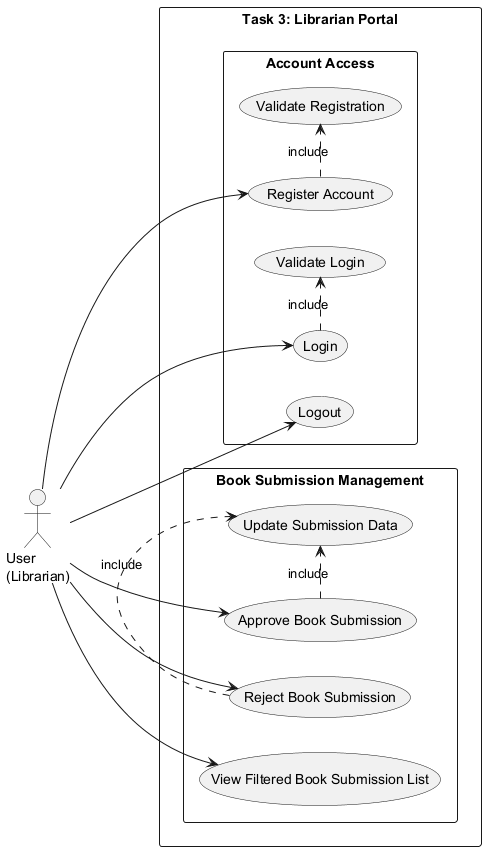
Earlier version of the PlantUML export task3_uml.png (T8k86yte/Comp3111LEx).
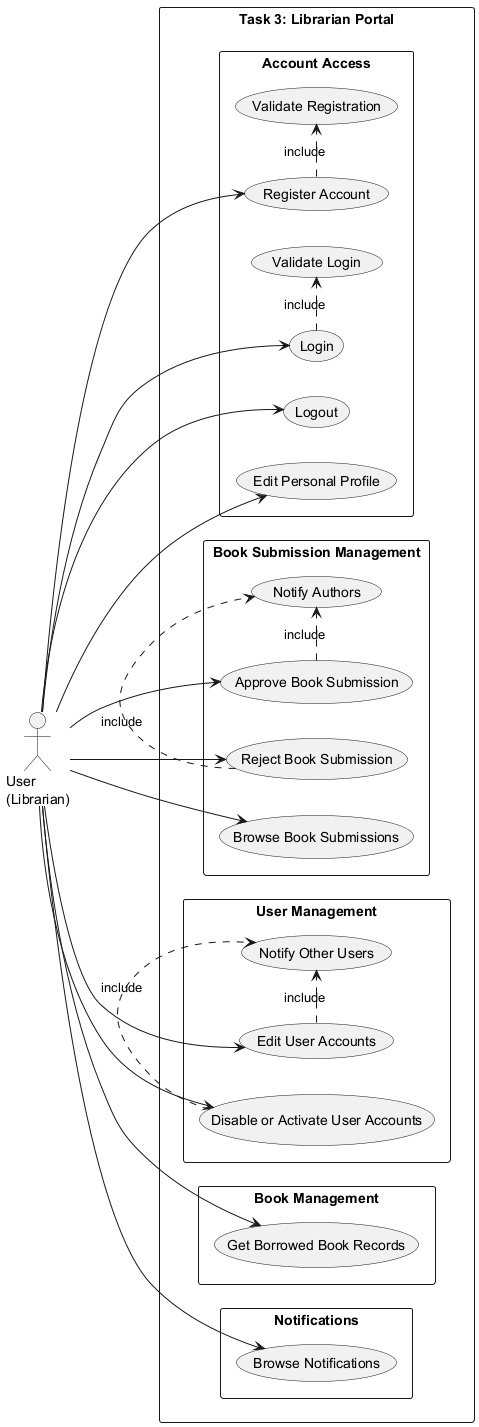
Above is the later version.

Change to the diagram source:
```diff
@@ -11,25 +11,47 @@
     usecase "Logout" as UC_Logout
     usecase "Validate Registration" as UC_ValidateRegister
     usecase "Validate Login" as UC_ValidateLogin
+    usecase "Edit Personal Profile" as UC_EditProfile
   }
 
   package "Book Submission Management" {
-    usecase "View Filtered Book Submission List" as UC_ViewSubmissions
+    usecase "Browse Book Submissions" as UC_ViewSubmissions
     usecase "Approve Book Submission" as UC_Approve
     usecase "Reject Book Submission" as UC_Reject
-    usecase "Update Submission Data" as UC_Update
+    usecase "Notify Authors" as UC_NotifyAuthors
+  }
+
+  package "Book Management" {
+    usecase "Get Borrowed Book Records" as UC_GetBorrowedBooksRecords
+  }
+
+  package "User Management" {
+    usecase "Edit User Accounts" as UC_EditAccounts
+    usecase "Disable or Activate User Accounts" as UC_DisableActivateAccounts
+    usecase "Notify Other Users" as UC_NotifyUsers
+  }
+
+  package "Notifications" {
+    usecase "Browse Notifications" as UC_BrowseNotifications
   }
 }
 
 User --> UC_Register
 User --> UC_Login
 User --> UC_Logout
+User --> UC_EditProfile
 User --> UC_ViewSubmissions
 User --> UC_Approve
 User --> UC_Reject
+User --> UC_GetBorrowedBooksRecords
+User --> UC_EditAccounts
+User --> UC_DisableActivateAccounts
+User --> UC_BrowseNotifications
 
 UC_Register .> UC_ValidateRegister : include
 UC_Login .> UC_ValidateLogin : include
-UC_Approve .> UC_Update : include
-UC_Reject .> UC_Update : include
+UC_Approve .> UC_NotifyAuthors : include
+UC_Reject .> UC_NotifyAuthors : include
+UC_EditAccounts .> UC_NotifyUsers : include
+UC_DisableActivateAccounts .> UC_NotifyUsers : include
 @enduml
```
